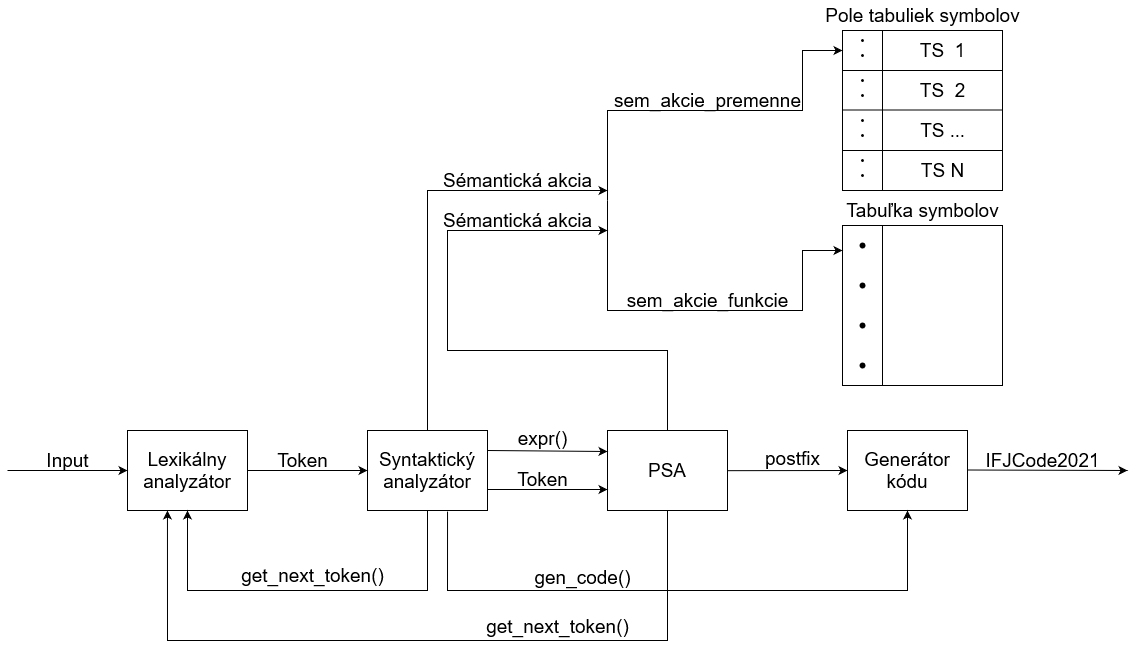
Earlier version of the draw.io export documentation/src/spolu.drawio.png (AndreiShchepa/BUT_COMPILER_2021). Source tidied: cells renumbered, new cells last; positions are measured from the earlier drawing's top-left corner, leaving out a move shared by most shapes.
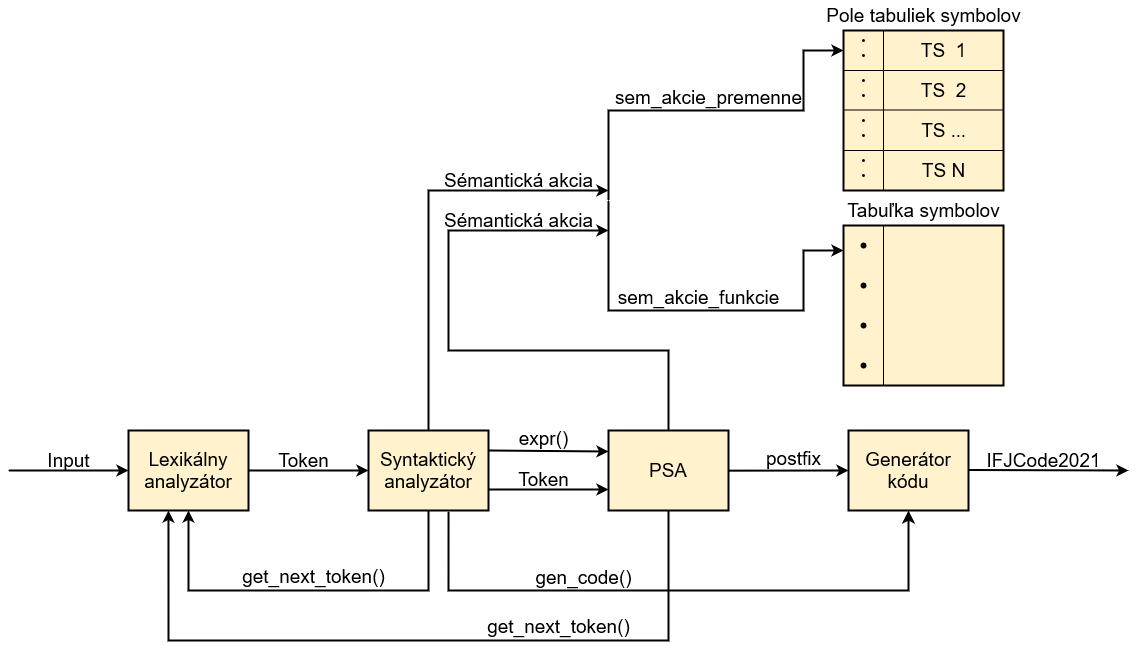
Above is the later version.

Diff of the diagram source:
```diff
@@ -2,10 +2,10 @@
   <root>
     <mxCell id="0" />
     <mxCell id="1" parent="0" />
-    <mxCell id="2" value="&lt;font style=&quot;font-size: 19px&quot;&gt;Lexikálny analyzátor&lt;/font&gt;" style="rounded=0;whiteSpace=wrap;html=1;" parent="1" vertex="1">
+    <mxCell id="2" value="&lt;font style=&quot;font-size: 19px&quot;&gt;Lexikálny analyzátor&lt;/font&gt;" style="rounded=0;whiteSpace=wrap;html=1;strokeWidth=2;fillColor=#fff2cc;strokeColor=#000000;" parent="1" vertex="1">
       <mxGeometry x="120" y="430" width="120" height="80" as="geometry" />
     </mxCell>
-    <mxCell id="3" style="endArrow=classic;html=1;rounded=0;fontSize=19;entryX=0;entryY=0.5;entryDx=0;entryDy=0;" parent="1" edge="1" target="2">
+    <mxCell id="3" style="endArrow=classic;html=1;rounded=0;fontSize=19;entryX=0;entryY=0.5;entryDx=0;entryDy=0;strokeWidth=2;" parent="1" edge="1" target="2">
       <mxGeometry relative="1" as="geometry">
         <mxPoint y="470" as="sourcePoint" />
       </mxGeometry>
@@ -14,21 +14,21 @@
       <mxGeometry x="30" y="445" width="60" height="30" as="geometry" />
     </mxCell>
     <mxCell id="5" value="get_next_token()" style="text;html=1;align=center;verticalAlign=middle;strokeColor=none;fillColor=none;fontSize=19;" parent="1" vertex="1">
-      <mxGeometry x="225" y="560" width="160" height="30" as="geometry" />
+      <mxGeometry x="225" y="561" width="160" height="30" as="geometry" />
     </mxCell>
-    <mxCell id="6" value="&lt;font style=&quot;font-size: 19px&quot;&gt;Syntaktický analyzátor&lt;/font&gt;" style="rounded=0;whiteSpace=wrap;html=1;" parent="1" vertex="1">
+    <mxCell id="6" value="&lt;font style=&quot;font-size: 19px&quot;&gt;Syntaktický analyzátor&lt;/font&gt;" style="rounded=0;whiteSpace=wrap;html=1;strokeWidth=2;fillColor=#fff2cc;strokeColor=#000000;" parent="1" vertex="1">
       <mxGeometry x="360" y="430" width="120" height="80" as="geometry" />
     </mxCell>
     <mxCell id="7" value="&lt;font style=&quot;font-size: 19px&quot;&gt;Sémantická akcia&lt;/font&gt;" style="text;html=1;align=center;verticalAlign=middle;strokeColor=none;fillColor=none;strokeWidth=1;rotation=0;" parent="1" vertex="1">
       <mxGeometry x="430" y="170" width="160" height="20" as="geometry" />
     </mxCell>
-    <mxCell id="8" style="endArrow=classic;html=1;rounded=0;fontSize=19;entryX=0;entryY=0.5;entryDx=0;entryDy=0;exitX=1;exitY=0.5;exitDx=0;exitDy=0;" parent="1" edge="1" source="2" target="6">
+    <mxCell id="8" style="endArrow=classic;html=1;rounded=0;fontSize=19;entryX=0;entryY=0.5;entryDx=0;entryDy=0;exitX=1;exitY=0.5;exitDx=0;exitDy=0;strokeWidth=2;" parent="1" edge="1" source="2" target="6">
       <mxGeometry relative="1" as="geometry" />
     </mxCell>
     <mxCell id="9" value="Token" style="text;html=1;align=center;verticalAlign=middle;strokeColor=none;fillColor=none;fontSize=19;" parent="1" vertex="1">
       <mxGeometry x="260" y="445" width="70" height="30" as="geometry" />
     </mxCell>
-    <mxCell id="10" style="endArrow=classic;html=1;rounded=0;fontSize=19;exitX=0.5;exitY=0;exitDx=0;exitDy=0;" parent="1" edge="1" source="6">
+    <mxCell id="10" style="endArrow=classic;html=1;rounded=0;fontSize=19;exitX=0.5;exitY=0;exitDx=0;exitDy=0;strokeWidth=2;" parent="1" edge="1" source="6">
       <mxGeometry relative="1" as="geometry">
         <mxPoint x="600" y="190" as="targetPoint" />
         <Array as="points">
@@ -39,7 +39,7 @@
     <mxCell id="11" value="expr()" style="text;html=1;align=center;verticalAlign=middle;strokeColor=none;fillColor=none;fontSize=19;" parent="1" vertex="1">
       <mxGeometry x="500" y="423" width="70" height="30" as="geometry" />
     </mxCell>
-    <mxCell id="12" style="endArrow=classic;html=1;rounded=0;fontSize=19;entryX=0.5;entryY=1;entryDx=0;entryDy=0;exitX=0.5;exitY=1;exitDx=0;exitDy=0;" parent="1" edge="1" source="6" target="2">
+    <mxCell id="12" style="endArrow=classic;html=1;rounded=0;fontSize=19;entryX=0.5;entryY=1;entryDx=0;entryDy=0;exitX=0.5;exitY=1;exitDx=0;exitDy=0;strokeWidth=2;" parent="1" edge="1" source="6" target="2">
       <mxGeometry relative="1" as="geometry">
         <Array as="points">
           <mxPoint x="420" y="590" />
@@ -48,7 +48,7 @@
         </Array>
       </mxGeometry>
     </mxCell>
-    <mxCell id="13" value="&lt;font style=&quot;font-size: 19px&quot;&gt;PSA&lt;/font&gt;" style="rounded=0;whiteSpace=wrap;html=1;" parent="1" vertex="1">
+    <mxCell id="13" value="&lt;font style=&quot;font-size: 19px&quot;&gt;PSA&lt;/font&gt;" style="rounded=0;whiteSpace=wrap;html=1;strokeWidth=2;fillColor=#fff2cc;strokeColor=#000000;" parent="1" vertex="1">
       <mxGeometry x="600" y="430" width="120" height="80" as="geometry" />
     </mxCell>
     <mxCell id="14" value="&lt;font style=&quot;font-size: 19px&quot;&gt;get_next_token()&lt;/font&gt;" style="text;html=1;align=center;verticalAlign=middle;strokeColor=none;fillColor=none;" parent="1" vertex="1">
@@ -57,7 +57,7 @@
     <mxCell id="15" value="Token" style="text;html=1;align=center;verticalAlign=middle;strokeColor=none;fillColor=none;fontSize=19;" parent="1" vertex="1">
       <mxGeometry x="500" y="464" width="70" height="30" as="geometry" />
     </mxCell>
-    <mxCell id="16" style="endArrow=classic;html=1;rounded=0;fontSize=19;exitX=1;exitY=0.25;exitDx=0;exitDy=0;" parent="1" edge="1">
+    <mxCell id="16" style="endArrow=classic;html=1;rounded=0;fontSize=19;exitX=1;exitY=0.25;exitDx=0;exitDy=0;strokeWidth=2;" parent="1" edge="1">
       <mxGeometry relative="1" as="geometry">
         <mxPoint x="720" y="470.2" as="sourcePoint" />
         <mxPoint x="840" y="470" as="targetPoint" />
@@ -66,19 +66,19 @@
     <mxCell id="17" value="postfix " style="text;html=1;align=center;verticalAlign=middle;strokeColor=none;fillColor=none;fontSize=19;" parent="1" vertex="1">
       <mxGeometry x="750" y="443" width="70" height="30" as="geometry" />
     </mxCell>
-    <mxCell id="18" style="endArrow=classic;html=1;rounded=0;fontSize=19;exitX=1;exitY=0.25;exitDx=0;exitDy=0;" parent="1" edge="1">
+    <mxCell id="18" style="endArrow=classic;html=1;rounded=0;fontSize=19;exitX=1;exitY=0.25;exitDx=0;exitDy=0;strokeWidth=2;" parent="1" edge="1">
       <mxGeometry relative="1" as="geometry">
         <mxPoint x="480" y="450" as="sourcePoint" />
         <mxPoint x="600" y="451" as="targetPoint" />
       </mxGeometry>
     </mxCell>
-    <mxCell id="19" style="endArrow=classic;html=1;rounded=0;fontSize=19;exitX=1;exitY=0.75;exitDx=0;exitDy=0;" parent="1" edge="1">
+    <mxCell id="19" style="endArrow=classic;html=1;rounded=0;fontSize=19;exitX=1;exitY=0.75;exitDx=0;exitDy=0;strokeWidth=2;" parent="1" edge="1">
       <mxGeometry relative="1" as="geometry">
         <mxPoint x="480" y="489" as="sourcePoint" />
         <mxPoint x="600" y="489" as="targetPoint" />
       </mxGeometry>
     </mxCell>
-    <mxCell id="20" style="endArrow=classic;html=1;rounded=0;fontSize=19;exitX=0.5;exitY=1;exitDx=0;exitDy=0;entryX=0.333;entryY=1;entryDx=0;entryDy=0;entryPerimeter=0;" parent="1" edge="1" source="13" target="2">
+    <mxCell id="20" style="endArrow=classic;html=1;rounded=0;fontSize=19;exitX=0.5;exitY=1;exitDx=0;exitDy=0;entryX=0.333;entryY=1;entryDx=0;entryDy=0;entryPerimeter=0;strokeWidth=2;" parent="1" edge="1" source="13" target="2">
       <mxGeometry relative="1" as="geometry">
         <Array as="points">
           <mxPoint x="660" y="640" />
@@ -86,7 +86,7 @@
         </Array>
       </mxGeometry>
     </mxCell>
-    <mxCell id="21" style="whiteSpace=wrap;html=1;fontSize=19;strokeWidth=1;" parent="1" vertex="1">
+    <mxCell id="21" style="whiteSpace=wrap;html=1;fontSize=19;strokeWidth=2;fillColor=#fff2cc;strokeColor=#000000;" parent="1" vertex="1">
       <mxGeometry x="835" y="30" width="160" height="160" as="geometry" />
     </mxCell>
     <mxCell id="22" value="Pole tabuliek symbolov" style="text;html=1;align=center;verticalAlign=middle;strokeColor=none;fillColor=none;fontSize=19;" parent="1" vertex="1">
@@ -140,7 +140,7 @@
     <mxCell id="36" style="shape=waypoint;sketch=0;fillStyle=solid;size=3;fillColor=none;perimeter=centerPerimeter;fontSize=19;strokeWidth=1;" parent="1" vertex="1">
       <mxGeometry x="835" y="155" width="40" height="40" as="geometry" />
     </mxCell>
-    <mxCell id="37" style="whiteSpace=wrap;html=1;fontSize=19;strokeWidth=1;" parent="1" vertex="1">
+    <mxCell id="37" style="whiteSpace=wrap;html=1;fontSize=19;strokeWidth=2;fillColor=#fff2cc;strokeColor=#000000;" parent="1" vertex="1">
       <mxGeometry x="835" y="225" width="160" height="160" as="geometry" />
     </mxCell>
     <mxCell id="38" value="Tabuľka symbolov" style="text;html=1;align=center;verticalAlign=middle;strokeColor=none;fillColor=none;fontSize=19;" parent="1" vertex="1">
@@ -161,7 +161,7 @@
     <mxCell id="43" style="shape=waypoint;sketch=0;fillStyle=solid;size=6;fillColor=none;perimeter=centerPerimeter;fontSize=19;strokeWidth=1;" parent="1" vertex="1">
       <mxGeometry x="835" y="345" width="40" height="40" as="geometry" />
     </mxCell>
-    <mxCell id="44" style="endArrow=classic;html=1;rounded=0;fontSize=18;" parent="1" edge="1">
+    <mxCell id="44" style="endArrow=classic;html=1;rounded=0;fontSize=18;strokeWidth=2;" parent="1" edge="1">
       <mxGeometry relative="1" as="geometry">
         <mxPoint x="600" y="200" as="sourcePoint" />
         <mxPoint x="835" y="50" as="targetPoint" />
@@ -179,9 +179,9 @@
       <mxGeometry x="835" y="35" width="40" height="40" as="geometry" />
     </mxCell>
     <mxCell id="47" value="&lt;font style=&quot;font-size: 19px&quot;&gt;sem_akcie_premenne&lt;/font&gt;" style="text;html=1;align=center;verticalAlign=middle;strokeColor=none;fillColor=none;fontSize=18;" parent="1" vertex="1">
-      <mxGeometry x="600" y="85" width="200" height="30" as="geometry" />
+      <mxGeometry x="600" y="82" width="200" height="30" as="geometry" />
     </mxCell>
-    <mxCell id="48" style="endArrow=classic;html=1;rounded=0;fontSize=18;" parent="1" edge="1">
+    <mxCell id="48" style="endArrow=classic;html=1;rounded=0;fontSize=18;strokeWidth=2;" parent="1" edge="1">
       <mxGeometry relative="1" as="geometry">
         <mxPoint x="600" y="200" as="sourcePoint" />
         <mxPoint x="835" y="250" as="targetPoint" />
@@ -193,9 +193,9 @@
       </mxGeometry>
     </mxCell>
     <mxCell id="49" value="&lt;font style=&quot;font-size: 19px&quot;&gt;sem_akcie_funkcie&lt;/font&gt;" style="text;html=1;align=center;verticalAlign=middle;strokeColor=none;fillColor=none;fontSize=18;" parent="1" vertex="1">
-      <mxGeometry x="610" y="285" width="180" height="30" as="geometry" />
+      <mxGeometry x="600" y="282" width="180" height="30" as="geometry" />
     </mxCell>
-    <mxCell id="50" style="endArrow=classic;html=1;rounded=0;fontSize=19;exitX=0.5;exitY=0;exitDx=0;exitDy=0;" parent="1" edge="1">
+    <mxCell id="50" style="endArrow=classic;html=1;rounded=0;fontSize=19;exitX=0.5;exitY=0;exitDx=0;exitDy=0;strokeWidth=2;" parent="1" edge="1">
       <mxGeometry relative="1" as="geometry">
         <mxPoint x="660" y="430" as="sourcePoint" />
         <mxPoint x="600" y="230" as="targetPoint" />
@@ -209,13 +209,13 @@
     <mxCell id="51" value="&lt;font style=&quot;font-size: 19px&quot;&gt;Sémantická akcia&lt;/font&gt;" style="text;html=1;align=center;verticalAlign=middle;strokeColor=none;fillColor=none;strokeWidth=1;rotation=0;" parent="1" vertex="1">
       <mxGeometry x="430" y="210" width="160" height="20" as="geometry" />
     </mxCell>
-    <mxCell id="52" value="&lt;font style=&quot;font-size: 19px&quot;&gt;Generátor kódu&lt;/font&gt;" style="rounded=0;whiteSpace=wrap;html=1;" parent="1" vertex="1">
+    <mxCell id="52" value="&lt;font style=&quot;font-size: 19px&quot;&gt;Generátor kódu&lt;/font&gt;" style="rounded=0;whiteSpace=wrap;html=1;strokeWidth=2;fillColor=#fff2cc;strokeColor=#000000;" parent="1" vertex="1">
       <mxGeometry x="840" y="430" width="120" height="80" as="geometry" />
     </mxCell>
     <mxCell id="53" value="&lt;font style=&quot;font-size: 19px&quot;&gt;gen_code()&lt;/font&gt;" style="text;html=1;align=center;verticalAlign=middle;strokeColor=none;fillColor=none;" parent="1" vertex="1">
       <mxGeometry x="520" y="567" width="110" height="20" as="geometry" />
     </mxCell>
-    <mxCell id="54" style="endArrow=classic;html=1;rounded=0;fontSize=19;exitX=1;exitY=0.25;exitDx=0;exitDy=0;" parent="1" edge="1">
+    <mxCell id="54" style="endArrow=classic;html=1;rounded=0;fontSize=19;exitX=1;exitY=0.25;exitDx=0;exitDy=0;strokeWidth=2;" parent="1" edge="1">
       <mxGeometry relative="1" as="geometry">
         <mxPoint x="960" y="469.5" as="sourcePoint" />
         <mxPoint x="1120" y="470" as="targetPoint" />
@@ -224,7 +224,7 @@
     <mxCell id="55" value="IFJCode2021" style="text;html=1;align=center;verticalAlign=middle;strokeColor=none;fillColor=none;fontSize=19;" parent="1" vertex="1">
       <mxGeometry x="970" y="445" width="130" height="30" as="geometry" />
     </mxCell>
-    <mxCell id="56" style="endArrow=classic;html=1;rounded=0;fontSize=19;entryX=0.5;entryY=1;entryDx=0;entryDy=0;exitX=0.667;exitY=1.013;exitDx=0;exitDy=0;exitPerimeter=0;strokeColor=default;startArrow=none;startFill=0;" parent="1" edge="1" source="6" target="52">
+    <mxCell id="56" style="endArrow=classic;html=1;rounded=0;fontSize=19;entryX=0.5;entryY=1;entryDx=0;entryDy=0;exitX=0.667;exitY=1.013;exitDx=0;exitDy=0;exitPerimeter=0;strokeColor=default;startArrow=none;startFill=0;endSize=7;strokeWidth=2;" parent="1" edge="1" source="6" target="52">
       <mxGeometry relative="1" as="geometry">
         <Array as="points">
           <mxPoint x="440" y="590" />
```
